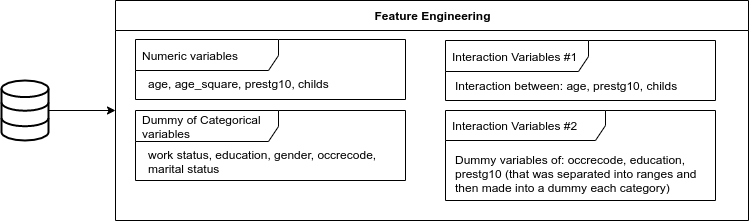
aamaguay/gender_pay_gap_project keeps this draw.io diagram as Paper/includes/feature_process.png. Above is the earlier version. Source tidied: cells renumbered, new cells last; positions are measured from the earlier drawing's top-left corner, leaving out a move shared by most shapes.
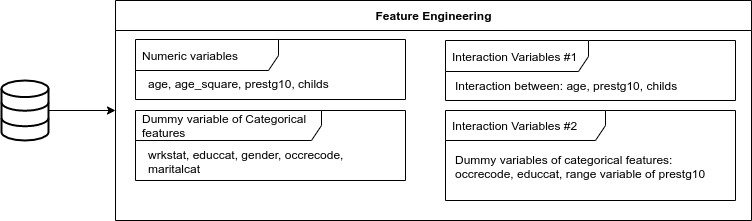
Above is the later version.

The edit, as a diff of the source:
```diff
@@ -9,7 +9,7 @@
       <mxGeometry y="80" width="47" height="60" as="geometry" />
     </mxCell>
     <mxCell id="4" value="Feature Engineering" style="swimlane;fontStyle=1;align=center;horizontal=1;startSize=30;html=1;fillColor=none;" parent="1" vertex="1">
-      <mxGeometry x="114" width="633" height="220" as="geometry" />
+      <mxGeometry x="114" width="636" height="220" as="geometry" />
     </mxCell>
     <mxCell id="5" value="Numeric variables" style="shape=umlFrame;tabPosition=left;html=1;boundedLbl=1;labelInHeader=1;width=143;height=31;swimlaneFillColor=#ffffff;align=left;spacingLeft=5;fillColor=none;" parent="4" vertex="1">
       <mxGeometry width="270" height="60" relative="1" as="geometry">
@@ -17,15 +17,15 @@
       </mxGeometry>
     </mxCell>
     <mxCell id="6" value="Interaction Variables #2" style="shape=umlFrame;tabPosition=left;html=1;boundedLbl=1;labelInHeader=1;width=160;height=30;swimlaneFillColor=#ffffff;align=left;spacingLeft=5;fillColor=none;" parent="4" vertex="1">
-      <mxGeometry x="330" y="110" width="270" height="90" as="geometry" />
+      <mxGeometry x="330" y="110" width="290" height="90" as="geometry" />
     </mxCell>
-    <mxCell id="7" value="Dummy variables of: occrecode, education,&#10;prestg10 (that was separated into ranges and &#10;then made into a dummy each category)" style="text;align=left;" parent="6" vertex="1">
-      <mxGeometry width="100" height="20" relative="1" as="geometry">
+    <mxCell id="7" value="Dummy variables of categorical features: &#10;occrecode, educcat, range variable of prestg10" style="text;align=left;" parent="6" vertex="1">
+      <mxGeometry width="250" height="50" relative="1" as="geometry">
         <mxPoint x="8" y="36" as="offset" />
       </mxGeometry>
     </mxCell>
     <mxCell id="8" value="Interaction Variables #1" style="shape=umlFrame;tabPosition=left;html=1;boundedLbl=1;labelInHeader=1;width=143;height=31;swimlaneFillColor=#ffffff;align=left;spacingLeft=5;fillColor=none;" parent="4" vertex="1">
-      <mxGeometry x="330" y="40" width="270" height="60" as="geometry" />
+      <mxGeometry x="330" y="40" width="290" height="60" as="geometry" />
     </mxCell>
     <mxCell id="9" value="Interaction between: age, prestg10, childs" style="text;align=left;" parent="8" vertex="1">
       <mxGeometry width="100" height="20" relative="1" as="geometry">
@@ -37,10 +37,10 @@
         <mxPoint x="31" y="70" as="offset" />
       </mxGeometry>
     </mxCell>
-    <mxCell id="11" value="Dummy of Categorical&lt;br&gt;variables" style="shape=umlFrame;tabPosition=left;html=1;boundedLbl=1;labelInHeader=1;width=143;height=31;swimlaneFillColor=#ffffff;align=left;spacingLeft=5;fillColor=none;" parent="4" vertex="1">
+    <mxCell id="11" value="Dummy variable of Categorical&lt;br&gt;features" style="shape=umlFrame;tabPosition=left;html=1;boundedLbl=1;labelInHeader=1;width=186;height=30;swimlaneFillColor=#ffffff;align=left;spacingLeft=5;fillColor=none;" parent="4" vertex="1">
       <mxGeometry x="20" y="110" width="270" height="70" as="geometry" />
     </mxCell>
-    <mxCell id="12" value="work status, education, gender, occrecode,&#10;marital status" style="text;align=left;" parent="4" vertex="1">
+    <mxCell id="12" value="wrkstat, educcat, gender, occrecode,&#10;maritalcat" style="text;align=left;" parent="4" vertex="1">
       <mxGeometry x="31" y="141" width="230" height="30" as="geometry" />
     </mxCell>
   </root>
```
